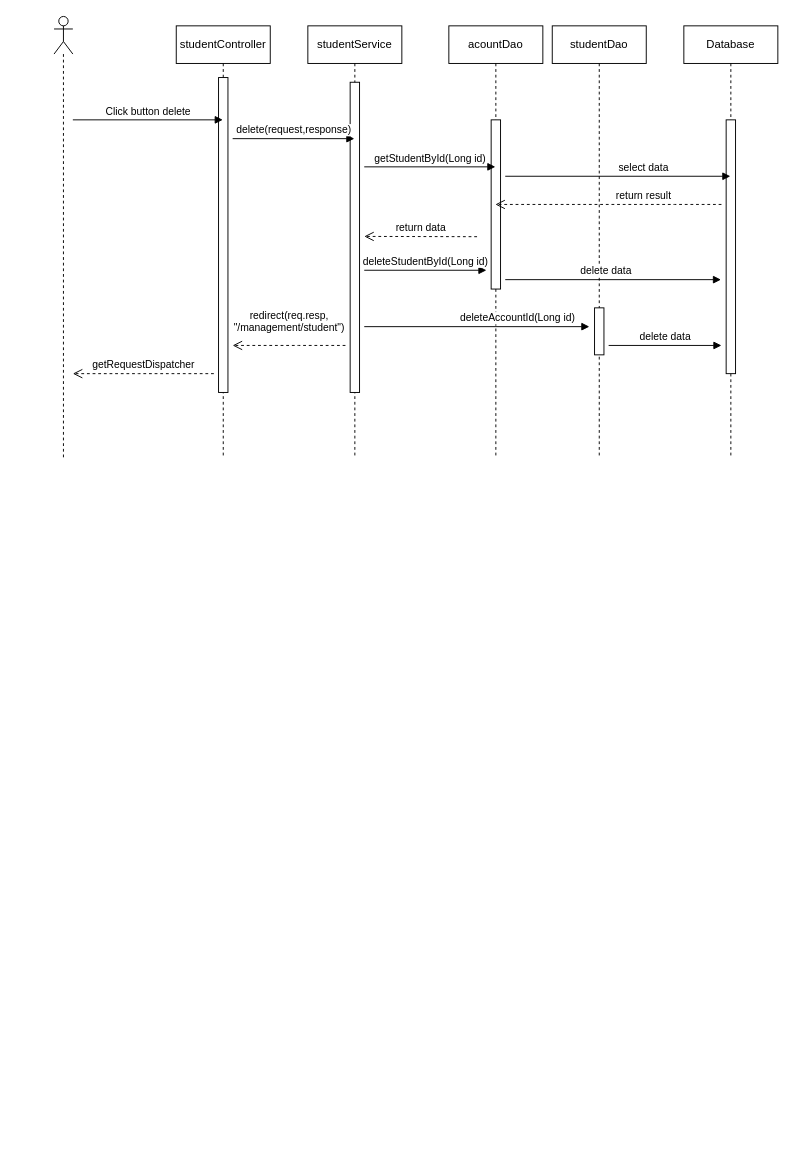
The draw.io diagram page "Page-5" (5 of 17) of Untitled Diagram.drawio in sachvo/CuteXT, before the edit. Source tidied: cells renumbered, new cells numbered last; positions are measured from the earlier drawing's top-left corner, leaving out a move shared by most shapes. Both pictures are drawn from the tidied source at 94%, with x=0, y=0 at pixel (54, 16).
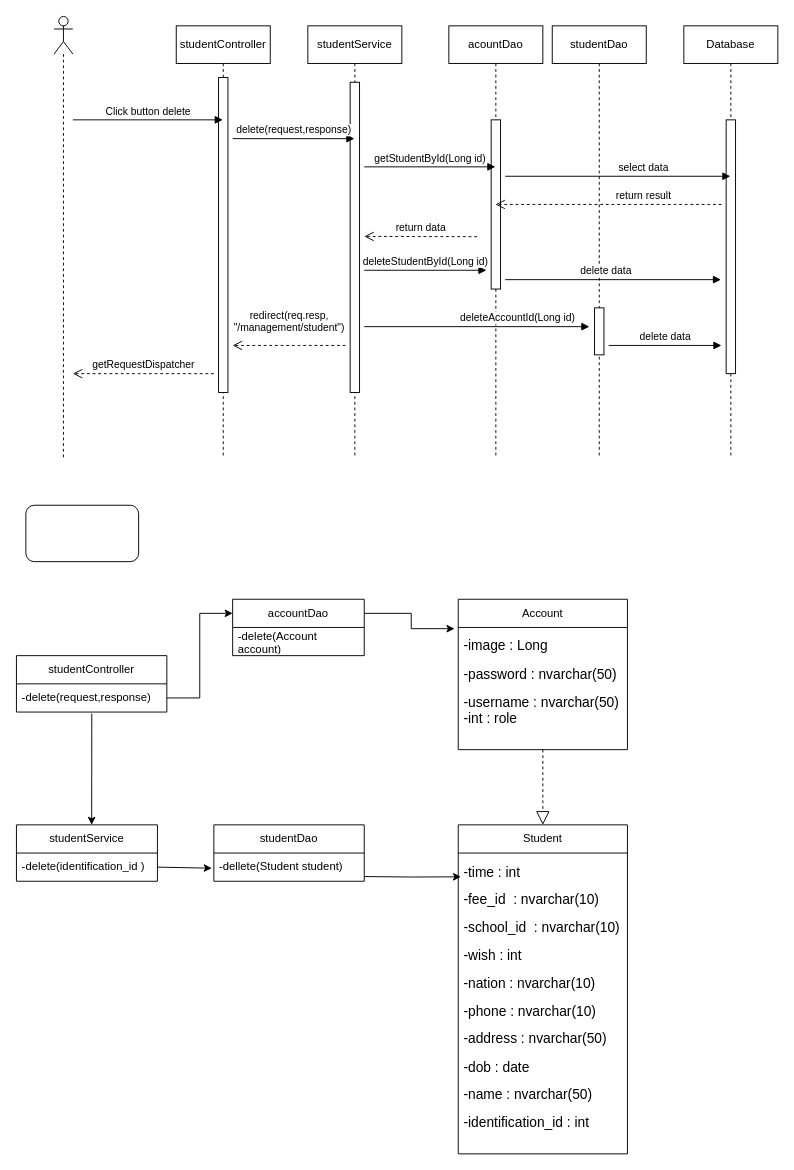
The same diagram, later.

Diff of the diagram source:
```diff
@@
+    <mxCell id="25" value="studentController" style="swimlane;fontStyle=0;horizontal=1;startSize=30;whiteSpace=wrap;html=1;" parent="1" vertex="1">
+      <mxGeometry x="-40" y="680" width="160" height="60" as="geometry" />
+    </mxCell>
+    <mxCell id="26" value="-delete(request,response)" style="text;strokeColor=none;fillColor=none;align=left;verticalAlign=middle;spacingLeft=4;spacingRight=4;overflow=hidden;points=[[0,0.5],[1,0.5]];portConstraint=eastwest;whiteSpace=wrap;html=1;" parent="25" vertex="1">
+      <mxGeometry y="30" width="160" height="30" as="geometry" />
+    </mxCell>
+    <mxCell id="27" value="studentDao" style="swimlane;fontStyle=0;horizontal=1;startSize=30;whiteSpace=wrap;html=1;" parent="1" vertex="1">
+      <mxGeometry x="170" y="860" width="160" height="60" as="geometry" />
+    </mxCell>
+    <mxCell id="28" value="-dellete(Student student)" style="text;strokeColor=none;fillColor=none;align=left;verticalAlign=middle;spacingLeft=4;spacingRight=4;overflow=hidden;whiteSpace=wrap;html=1;" parent="27" vertex="1">
+      <mxGeometry y="30" width="160" height="30" as="geometry" />
+    </mxCell>
+    <mxCell id="29" value="studentService" style="swimlane;fontStyle=0;horizontal=1;startSize=30;whiteSpace=wrap;html=1;" parent="1" vertex="1">
+      <mxGeometry x="-40" y="860" width="150" height="60" as="geometry" />
+    </mxCell>
+    <mxCell id="30" value="-delete(identification_id&amp;nbsp;)" style="text;strokeColor=none;fillColor=none;align=left;verticalAlign=middle;spacingLeft=4;spacingRight=4;overflow=hidden;points=[[0,0.5],[1,0.5]];portConstraint=eastwest;whiteSpace=wrap;html=1;" parent="29" vertex="1">
+      <mxGeometry y="30" width="150" height="30" as="geometry" />
+    </mxCell>
+    <mxCell id="31" value="Account" style="swimlane;fontStyle=0;horizontal=1;startSize=30;whiteSpace=wrap;html=1;" parent="1" vertex="1">
+      <mxGeometry x="430" y="620" width="180" height="160" as="geometry" />
+    </mxCell>
+    <mxCell id="32" value="&lt;p style=&quot;line-height:1.38;margin-top:0pt;margin-bottom:0pt;&quot; dir=&quot;ltr&quot;&gt;&lt;/p&gt;&lt;p style=&quot;line-height:1.38;margin-top:0pt;margin-bottom:0pt;&quot; dir=&quot;ltr&quot;&gt;&lt;/p&gt;&lt;p style=&quot;line-height:1.38;margin-top:0pt;margin-bottom:0pt;&quot; dir=&quot;ltr&quot;&gt;&lt;/p&gt;&lt;div&gt;&lt;/div&gt;&lt;span style=&quot;font-size: 11pt; font-family: Arial, sans-serif; background-color: transparent; font-variant-numeric: normal; font-variant-east-asian: normal; font-variant-alternates: normal; font-variant-position: normal; vertical-align: baseline;&quot;&gt;-image : Long&lt;/span&gt;&lt;p&gt;&lt;/p&gt;&lt;span style=&quot;font-size: 11pt; font-family: Arial, sans-serif; background-color: transparent; font-variant-numeric: normal; font-variant-east-asian: normal; font-variant-alternates: normal; font-variant-position: normal; vertical-align: baseline;&quot;&gt;-password : nvarchar(50)&amp;nbsp;&lt;/span&gt;&lt;p&gt;&lt;/p&gt;&lt;span style=&quot;font-size: 11pt; font-family: Arial, sans-serif; background-color: transparent; font-variant-numeric: normal; font-variant-east-asian: normal; font-variant-alternates: normal; font-variant-position: normal; vertical-align: baseline;&quot;&gt;-username : nvarchar(50)&lt;br&gt;-int : role&amp;nbsp;&lt;/span&gt;&lt;p&gt;&lt;/p&gt;&lt;span id=&quot;docs-internal-guid-546da517-7fff-cef4-55ad-a307194a0e7b&quot;&gt;&lt;/span&gt;" style="text;strokeColor=none;fillColor=none;align=left;verticalAlign=middle;spacingLeft=4;spacingRight=4;overflow=hidden;points=[[0,0.5],[1,0.5]];portConstraint=eastwest;whiteSpace=wrap;html=1;" parent="31" vertex="1">
+      <mxGeometry y="30" width="180" height="130" as="geometry" />
+    </mxCell>
+    <mxCell id="33" style="rounded=1;whiteSpace=wrap;html=1;" parent="1" vertex="1">
+      <mxGeometry x="-30" y="520" width="120" height="60" as="geometry" />
+    </mxCell>
+    <mxCell id="34" value="Student" style="swimlane;fontStyle=0;horizontal=1;startSize=30;whiteSpace=wrap;html=1;" parent="1" vertex="1">
+      <mxGeometry x="430" y="860" width="180" height="350" as="geometry" />
+    </mxCell>
+    <mxCell id="35" value="&lt;p style=&quot;line-height:1.38;margin-top:0pt;margin-bottom:0pt;&quot; dir=&quot;ltr&quot;&gt;&lt;/p&gt;&lt;p style=&quot;line-height:1.38;margin-top:0pt;margin-bottom:0pt;&quot; dir=&quot;ltr&quot;&gt;&lt;/p&gt;&lt;p style=&quot;line-height:1.38;margin-top:0pt;margin-bottom:0pt;&quot; dir=&quot;ltr&quot;&gt;&lt;/p&gt;&lt;p style=&quot;line-height:1.38;margin-top:0pt;margin-bottom:0pt;&quot; dir=&quot;ltr&quot;&gt;&lt;/p&gt;&lt;p style=&quot;line-height:1.38;margin-top:0pt;margin-bottom:0pt;&quot; dir=&quot;ltr&quot;&gt;&lt;/p&gt;&lt;p style=&quot;line-height:1.38;margin-top:0pt;margin-bottom:0pt;&quot; dir=&quot;ltr&quot;&gt;&lt;/p&gt;&lt;p style=&quot;line-height:1.38;margin-top:0pt;margin-bottom:0pt;&quot; dir=&quot;ltr&quot;&gt;&lt;/p&gt;&lt;p style=&quot;line-height:1.38;margin-top:0pt;margin-bottom:0pt;&quot; dir=&quot;ltr&quot;&gt;&lt;/p&gt;&lt;p style=&quot;line-height:1.38;margin-top:0pt;margin-bottom:0pt;&quot; dir=&quot;ltr&quot;&gt;&lt;/p&gt;&lt;p style=&quot;line-height:1.38;margin-top:0pt;margin-bottom:0pt;&quot; dir=&quot;ltr&quot;&gt;&lt;/p&gt;&lt;div&gt;&lt;/div&gt;&lt;span style=&quot;font-size: 11pt; font-family: Arial, sans-serif; background-color: transparent; font-variant-numeric: normal; font-variant-east-asian: normal; font-variant-alternates: normal; font-variant-position: normal; vertical-align: baseline;&quot;&gt;-time : int &lt;/span&gt;&lt;p&gt;&lt;/p&gt;&lt;span style=&quot;font-size: 11pt; font-family: Arial, sans-serif; background-color: transparent; font-variant-numeric: normal; font-variant-east-asian: normal; font-variant-alternates: normal; font-variant-position: normal; vertical-align: baseline;&quot;&gt;-fee_id&amp;nbsp; : nvarchar(10)&lt;/span&gt;&lt;p&gt;&lt;/p&gt;&lt;span style=&quot;font-size: 11pt; font-family: Arial, sans-serif; background-color: transparent; font-variant-numeric: normal; font-variant-east-asian: normal; font-variant-alternates: normal; font-variant-position: normal; vertical-align: baseline;&quot;&gt;-school_id&amp;nbsp; : nvarchar(10)&lt;/span&gt;&lt;p&gt;&lt;/p&gt;&lt;span style=&quot;font-size: 11pt; font-family: Arial, sans-serif; background-color: transparent; font-variant-numeric: normal; font-variant-east-asian: normal; font-variant-alternates: normal; font-variant-position: normal; vertical-align: baseline;&quot;&gt;-wish : int&lt;/span&gt;&lt;p&gt;&lt;/p&gt;&lt;span style=&quot;font-size: 11pt; font-family: Arial, sans-serif; background-color: transparent; font-variant-numeric: normal; font-variant-east-asian: normal; font-variant-alternates: normal; font-variant-position: normal; vertical-align: baseline;&quot;&gt;-nation : nvarchar(10)&lt;/span&gt;&lt;p&gt;&lt;/p&gt;&lt;span style=&quot;font-size: 11pt; font-family: Arial, sans-serif; background-color: transparent; font-variant-numeric: normal; font-variant-east-asian: normal; font-variant-alternates: normal; font-variant-position: normal; vertical-align: baseline;&quot;&gt;-phone : nvarchar(10)&lt;/span&gt;&lt;p&gt;&lt;/p&gt;&lt;span style=&quot;font-size: 11pt; font-family: Arial, sans-serif; background-color: transparent; font-variant-numeric: normal; font-variant-east-asian: normal; font-variant-alternates: normal; font-variant-position: normal; vertical-align: baseline;&quot;&gt;-address : nvarchar(50)&lt;/span&gt;&lt;p&gt;&lt;/p&gt;&lt;span style=&quot;font-size: 11pt; font-family: Arial, sans-serif; background-color: transparent; font-variant-numeric: normal; font-variant-east-asian: normal; font-variant-alternates: normal; font-variant-position: normal; vertical-align: baseline;&quot;&gt;-dob : date&lt;/span&gt;&lt;p&gt;&lt;/p&gt;&lt;span style=&quot;font-size: 11pt; font-family: Arial, sans-serif; background-color: transparent; font-variant-numeric: normal; font-variant-east-asian: normal; font-variant-alternates: normal; font-variant-position: normal; vertical-align: baseline;&quot;&gt;-name : nvarchar(50)&lt;/span&gt;&lt;p&gt;&lt;/p&gt;&lt;span style=&quot;font-size: 11pt; font-family: Arial, sans-serif; background-color: transparent; font-variant-numeric: normal; font-variant-east-asian: normal; font-variant-alternates: normal; font-variant-position: normal; vertical-align: baseline;&quot;&gt;-identification_id : int&amp;nbsp;&lt;/span&gt;&lt;p&gt;&lt;/p&gt;&lt;span id=&quot;docs-internal-guid-ec875b94-7fff-324d-a60e-613ddc787041&quot;&gt;&lt;/span&gt;" style="text;strokeColor=none;fillColor=none;align=left;verticalAlign=middle;spacingLeft=4;spacingRight=4;overflow=hidden;points=[[0,0.5],[1,0.5]];portConstraint=eastwest;whiteSpace=wrap;html=1;" parent="34" vertex="1">
+      <mxGeometry y="30" width="180" height="320" as="geometry" />
+    </mxCell>
+    <mxCell id="36" style="endArrow=classic;html=1;rounded=0;exitX=0.501;exitY=1.052;exitDx=0;exitDy=0;exitPerimeter=0;" parent="1" edge="1" source="26">
+      <mxGeometry relative="1" as="geometry">
+        <mxPoint x="40" y="860" as="targetPoint" />
+      </mxGeometry>
+    </mxCell>
+    <mxCell id="37" style="endArrow=classic;html=1;rounded=0;exitX=1;exitY=0.5;exitDx=0;exitDy=0;entryX=-0.014;entryY=0.323;entryDx=0;entryDy=0;entryPerimeter=0;" parent="1" edge="1" source="30">
+      <mxGeometry relative="1" as="geometry">
+        <mxPoint x="167.8" y="906.1" as="targetPoint" />
+      </mxGeometry>
+    </mxCell>
+    <mxCell id="38" style="edgeStyle=orthogonalEdgeStyle;rounded=0;jettySize=auto;html=1;exitX=1;exitY=0.5;exitDx=0;exitDy=0;entryX=0.016;entryY=0.079;entryDx=0;entryDy=0;entryPerimeter=0;" parent="1" edge="1" target="35">
+      <mxGeometry relative="1" as="geometry">
+        <mxPoint x="330" y="915" as="sourcePoint" />
+      </mxGeometry>
+    </mxCell>
+    <mxCell id="39" style="endArrow=block;dashed=1;endFill=0;endSize=12;html=1;rounded=0;entryX=0.5;entryY=0;entryDx=0;entryDy=0;" parent="1" edge="1" target="34">
+      <mxGeometry relative="1" as="geometry">
+        <mxPoint x="520" y="780" as="sourcePoint" />
+      </mxGeometry>
+    </mxCell>
+    <mxCell id="40" value="accountDao" style="swimlane;fontStyle=0;horizontal=1;startSize=30;whiteSpace=wrap;html=1;" parent="1" vertex="1">
+      <mxGeometry x="190" y="620" width="140" height="60" as="geometry" />
+    </mxCell>
+    <mxCell id="41" value="-delete(Account account)" style="text;strokeColor=none;fillColor=none;align=left;verticalAlign=middle;spacingLeft=4;spacingRight=4;overflow=hidden;whiteSpace=wrap;html=1;" parent="40" vertex="1">
+      <mxGeometry y="30" width="140" height="30" as="geometry" />
+    </mxCell>
+    <mxCell id="42" style="edgeStyle=orthogonalEdgeStyle;rounded=0;jettySize=auto;html=1;entryX=0;entryY=0.25;entryDx=0;entryDy=0;" parent="1" edge="1" source="26" target="40">
+      <mxGeometry relative="1" as="geometry" />
+    </mxCell>
+    <mxCell id="43" style="edgeStyle=orthogonalEdgeStyle;rounded=0;jettySize=auto;html=1;entryX=-0.022;entryY=0.01;entryDx=0;entryDy=0;entryPerimeter=0;exitX=1;exitY=0.25;exitDx=0;exitDy=0;" parent="1" edge="1" source="40" target="32">
+      <mxGeometry relative="1" as="geometry" />
+    </mxCell>
```
